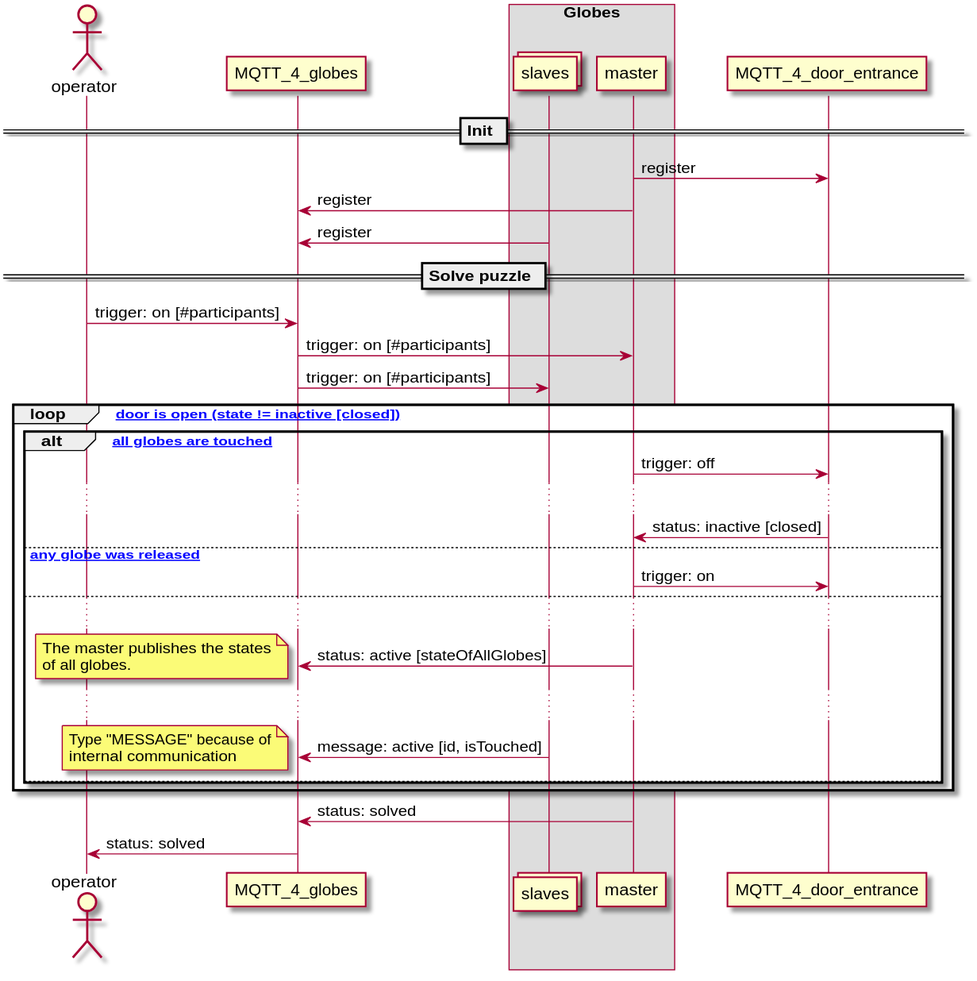
Earlier version of the PlantUML export doc/design/group_4_puzzle_globes.svg (ubilab-ws21/operator).
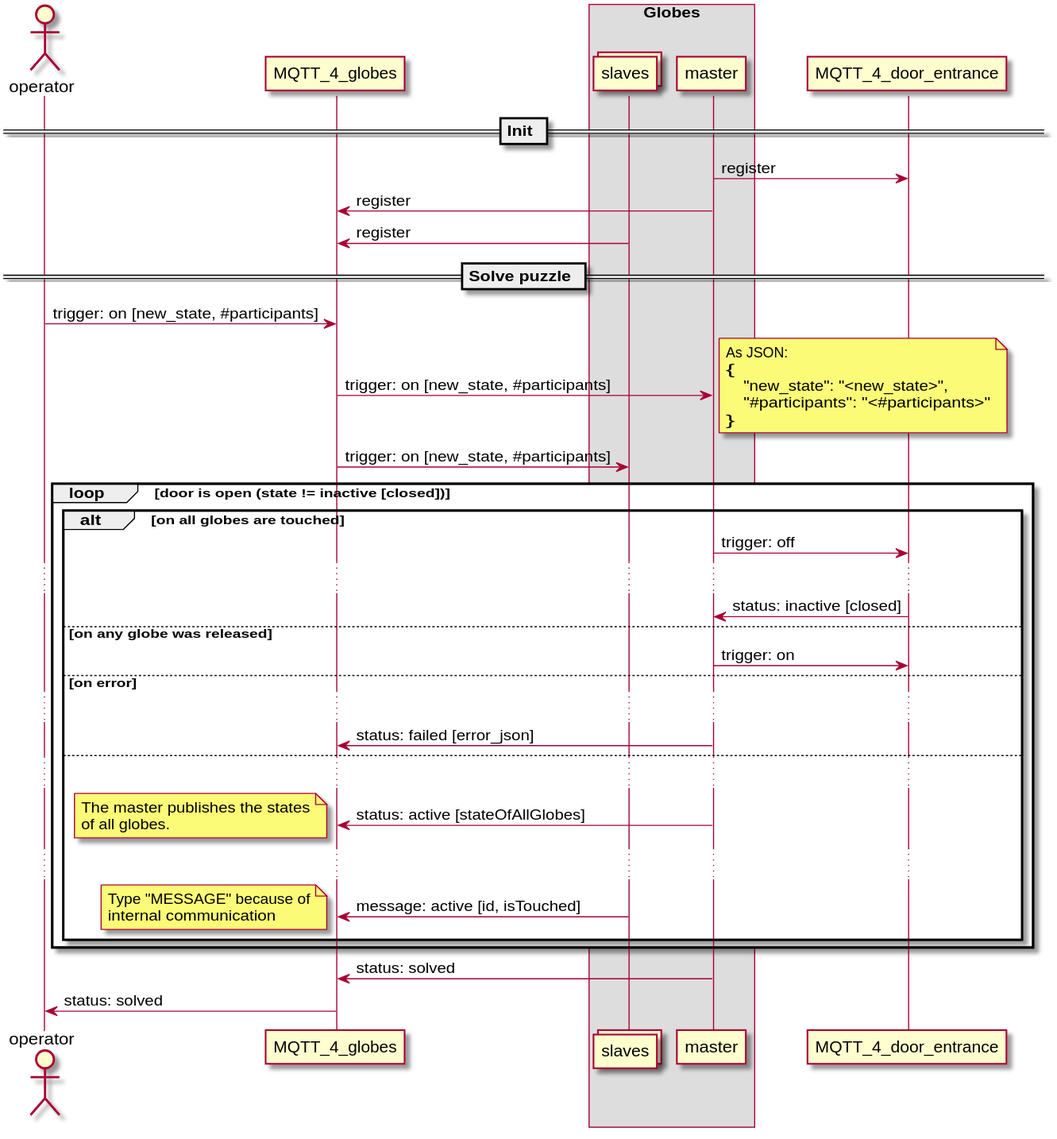
The same diagram one commit later.

Commit message:
Adapt diagrams of group 4 by error handling

What changed in the source:
```diff
@@ -13,17 +13,27 @@
 slaves -> MQTT_4_globes: register
 
 == Solve puzzle ==
-operator -> MQTT_4_globes: trigger: on [#participants]
-MQTT_4_globes -> master: trigger: on [#participants]
-MQTT_4_globes -> slaves: trigger: on [#participants]
+operator -> MQTT_4_globes: trigger: on [new_state, #participants]
+MQTT_4_globes -> master: trigger: on [new_state, #participants]
+note right
+As JSON:
+{
+    "new_state": "<new_state>",
+    "#participants": "<#participants>"
+}
+end note
+MQTT_4_globes -> slaves: trigger: on [new_state, #participants]
 
-loop [while door is open (state != inactive [closed])]
-    alt [on all globes are touched]
+loop door is open (state != inactive [closed])
+    alt on all globes are touched
         master -> MQTT_4_door_entrance: trigger: off
         ...
         MQTT_4_door_entrance -> master: status: inactive [closed]
-    else [on any globe was released]
+    else on any globe was released
         master -> MQTT_4_door_entrance: trigger: on
+    else on error
+        ...
+        master -> MQTT_4_globes: status: failed [error_json]
     else
         ...
         master -> MQTT_4_globes: status: active [stateOfAllGlobes]
@@ -37,9 +47,7 @@
             Type "MESSAGE" because of
             internal communication
         end note
-    else
     end
-
 end
 
 MQTT_4_globes <- master: status: solved
```
